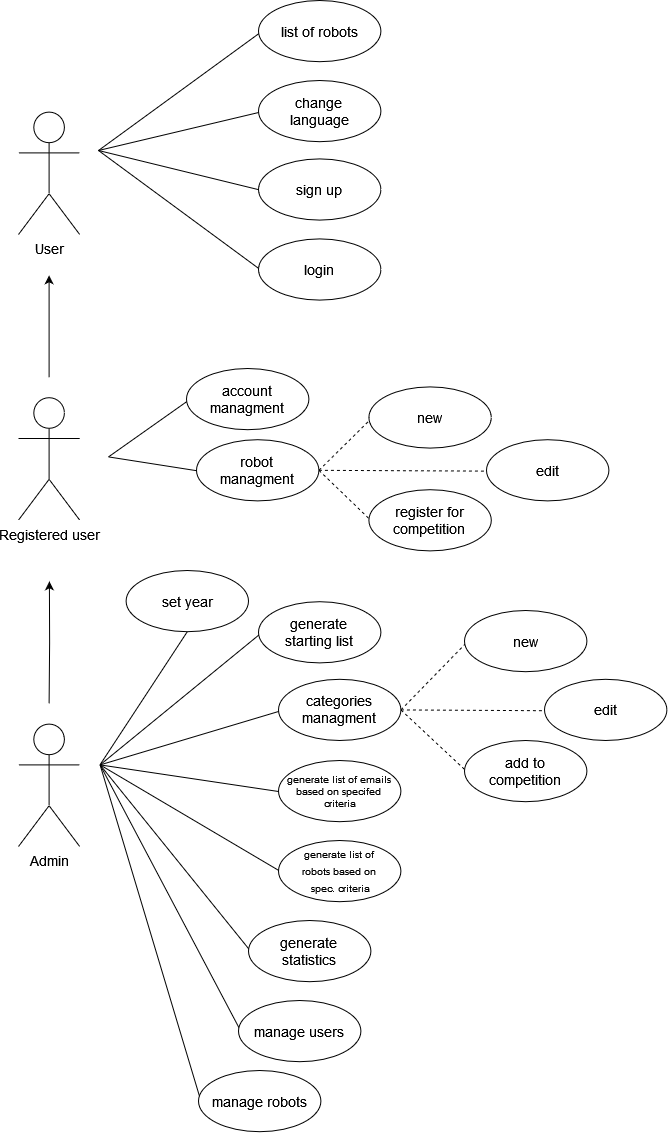
The draw.io diagram docs/imgs/use_case.png in misobalogh/istrobot-sk, before a commit. Source tidied: cells renumbered, new cells last; positions are measured from the earlier drawing's top-left corner, leaving out a move shared by most shapes.
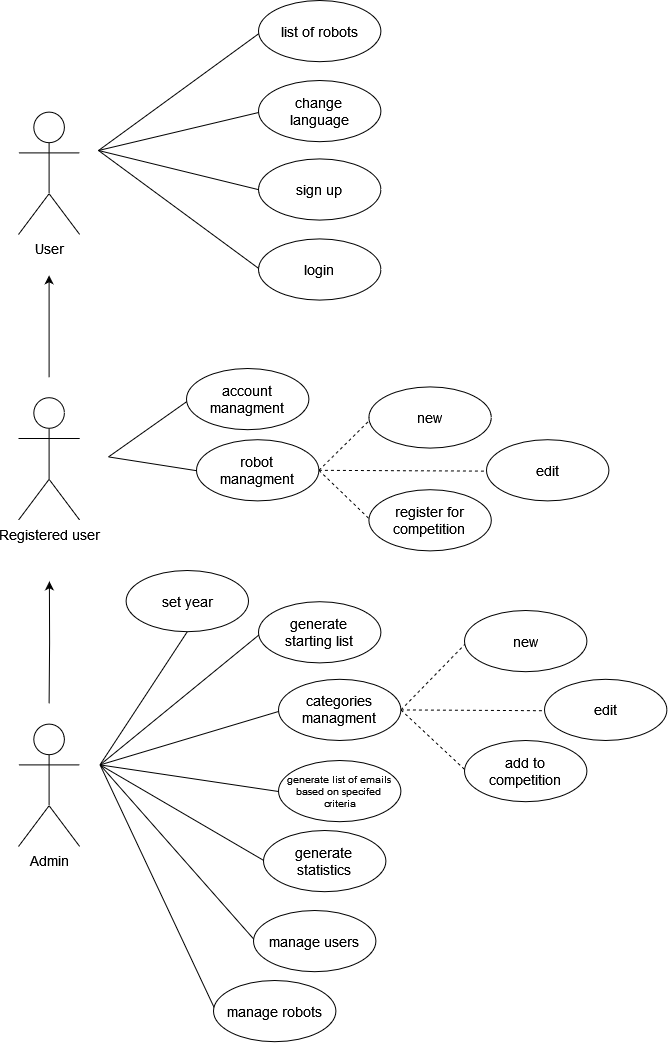
After the change.

Change to the diagram source:
```diff
@@ -107,21 +107,13 @@
     <mxCell id="30" value="generate list of emails &lt;br style=&quot;font-size: 10px;&quot;&gt;based on specifed&lt;br style=&quot;font-size: 10px;&quot;&gt;&amp;nbsp;criteria" style="ellipse;whiteSpace=wrap;html=1;fontSize=10;verticalAlign=middle;" parent="1" vertex="1">
       <mxGeometry x="260" y="760" width="122.4" height="61.2" as="geometry" />
     </mxCell>
-    <mxCell id="31" style="endArrow=none;html=1;rounded=0;entryX=0.022;entryY=0.513;entryDx=0;entryDy=0;entryPerimeter=0;fontSize=14;" parent="1" edge="1" target="32">
-      <mxGeometry relative="1" as="geometry">
-        <mxPoint x="81.6" y="764.4" as="sourcePoint" />
-      </mxGeometry>
-    </mxCell>
-    <mxCell id="32" value="&lt;font style=&quot;font-size: 10px;&quot;&gt;generate list of &lt;br&gt;robots based on&lt;br&gt;&amp;nbsp;spec. criteria &lt;/font&gt;" style="ellipse;whiteSpace=wrap;html=1;fontSize=14;spacing=0;verticalAlign=top;horizontal=1;" parent="1" vertex="1">
-      <mxGeometry x="260" y="840" width="122.4" height="61.2" as="geometry" />
-    </mxCell>
     <mxCell id="33" style="endArrow=none;html=1;rounded=0;entryX=0.022;entryY=0.513;entryDx=0;entryDy=0;entryPerimeter=0;fontSize=14;" parent="1" edge="1" target="34">
       <mxGeometry relative="1" as="geometry">
         <mxPoint x="81.6" y="764.4" as="sourcePoint" />
       </mxGeometry>
     </mxCell>
     <mxCell id="34" value="generate &lt;br&gt;statistics" style="ellipse;whiteSpace=wrap;html=1;fontSize=14;" parent="1" vertex="1">
-      <mxGeometry x="230" y="920" width="122.4" height="61.2" as="geometry" />
+      <mxGeometry x="245" y="830" width="122.4" height="61.2" as="geometry" />
     </mxCell>
     <mxCell id="35" style="endArrow=none;html=1;rounded=0;entryX=0.022;entryY=0.513;entryDx=0;entryDy=0;entryPerimeter=0;fontSize=14;" parent="1" edge="1" target="36">
       <mxGeometry relative="1" as="geometry">
@@ -153,7 +145,7 @@
       </mxGeometry>
     </mxCell>
     <mxCell id="42" value="manage users" style="ellipse;whiteSpace=wrap;html=1;fontSize=14;" parent="1" vertex="1">
-      <mxGeometry x="220" y="1000" width="122.4" height="61.2" as="geometry" />
+      <mxGeometry x="235" y="910" width="122.4" height="61.2" as="geometry" />
     </mxCell>
     <mxCell id="43" style="endArrow=none;html=1;rounded=0;entryX=0.022;entryY=0.513;entryDx=0;entryDy=0;entryPerimeter=0;fontSize=14;" parent="1" edge="1" target="44">
       <mxGeometry relative="1" as="geometry">
@@ -161,7 +153,7 @@
       </mxGeometry>
     </mxCell>
     <mxCell id="44" value="manage robots" style="ellipse;whiteSpace=wrap;html=1;fontSize=14;" parent="1" vertex="1">
-      <mxGeometry x="180" y="1070" width="122.4" height="61.2" as="geometry" />
+      <mxGeometry x="195" y="980" width="122.4" height="61.2" as="geometry" />
     </mxCell>
     <mxCell id="45" style="endArrow=none;html=1;rounded=0;entryX=0.5;entryY=1;entryDx=0;entryDy=0;fontSize=14;" parent="1" edge="1" target="46">
       <mxGeometry relative="1" as="geometry">
```
